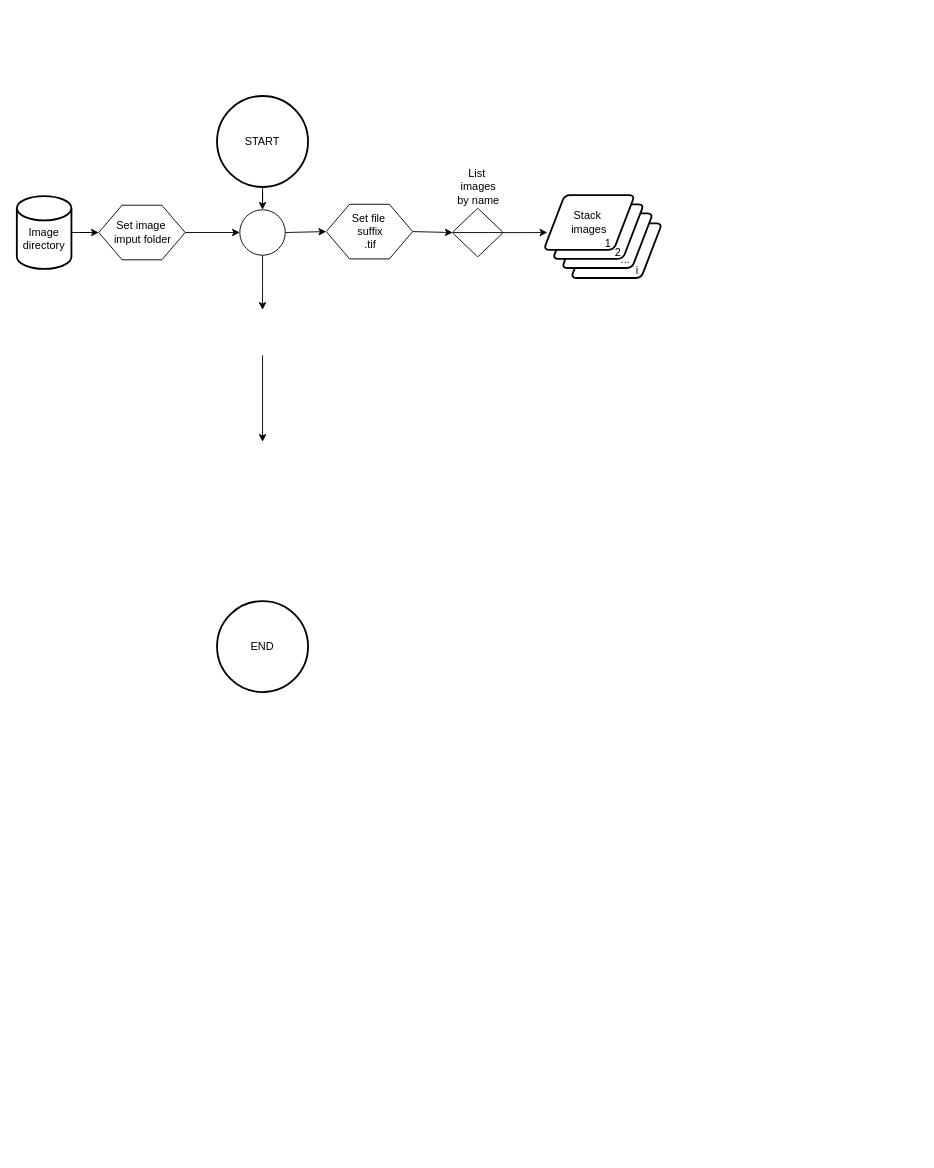
The draw.io diagram vignettes/vignette_ImageJ_preprocessing/Histomatch_Process_Folder_v1_diagram.drawio in MMolBus/PhotomossR, before the edit. Source tidied: cells renumbered, new cells numbered last; positions are measured from the earlier drawing's top-left corner, leaving out a move shared by most shapes. Both pictures are drawn from the tidied source at 91%, with x=0, y=0 at pixel (16, 96).
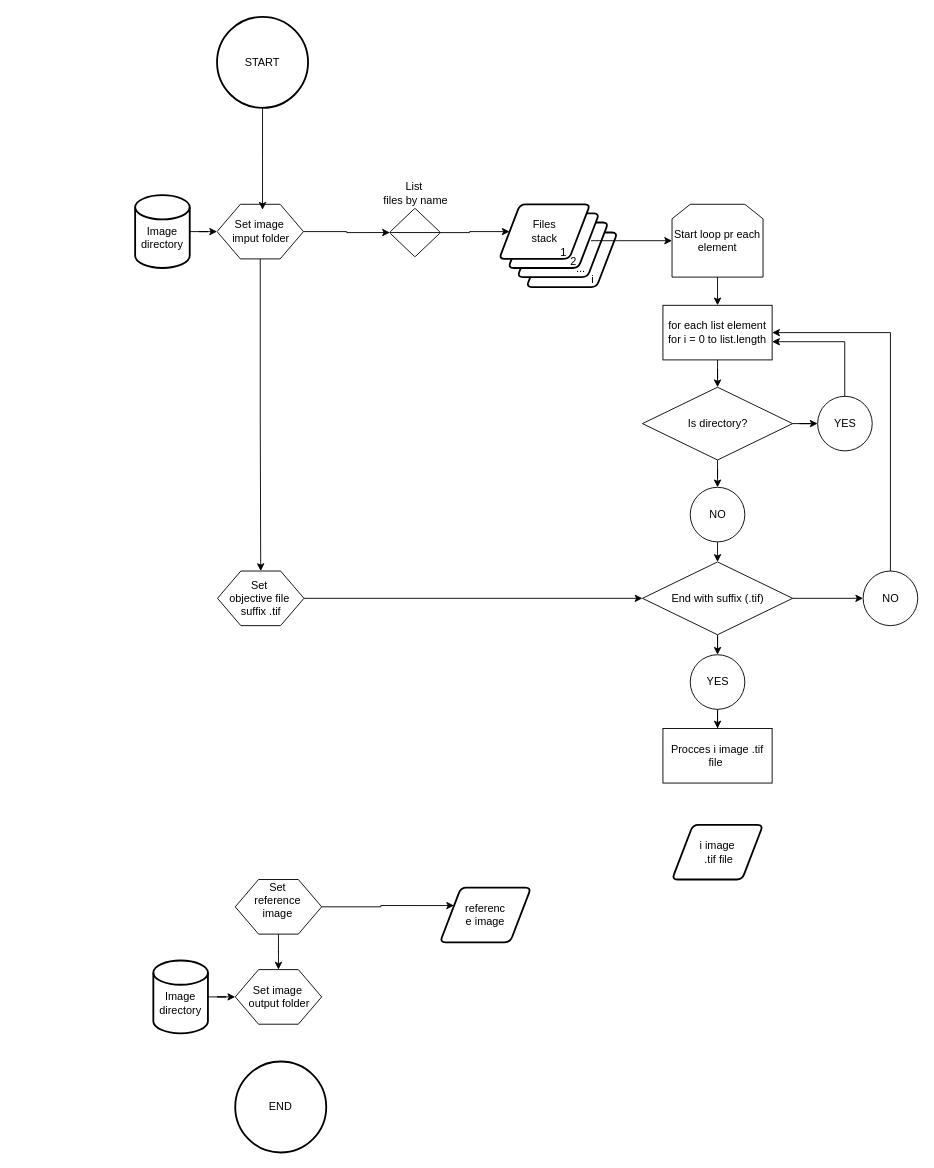
The same page after the edit.

Commit message:
refactor:Histomatch_Process_Folder_v1_diagram.drawio add loops start and file selection steps

The change refers to these unchanged cells:
```xml
<mxCell id="15" style="group;" parent="14" vertex="1">
  <mxGeometry width="130" height="100" as="geometry" />
</mxCell>
<mxCell id="23" value="1" style="text;html=1;whiteSpace=wrap;strokeColor=none;fillColor=none;align=center;verticalAlign=middle;rounded=0;" parent="14" vertex="1">
  <mxGeometry x="41" y="38" width="60" height="30" as="geometry" />
</mxCell>
```

The edit, as a diff of the source:
```diff
@@
     <mxCell id="3" value="&lt;div&gt;&lt;br&gt;&lt;/div&gt;&lt;div&gt;Image&lt;/div&gt;&lt;div&gt;directory&lt;/div&gt;" style="strokeWidth=2;html=1;shape=mxgraph.flowchart.database;whiteSpace=wrap;" parent="1" vertex="1">
-      <mxGeometry y="110" width="60" height="80" as="geometry" />
+      <mxGeometry x="130" y="109" width="60" height="80" as="geometry" />
     </mxCell>
+    <mxCell id="27" style="edgeStyle=orthogonalEdgeStyle;rounded=0;jettySize=auto;html=1;" parent="1" edge="1" source="4" target="26">
+      <mxGeometry relative="1" as="geometry" />
+    </mxCell>
     <mxCell id="4" value="Set&amp;nbsp;&lt;span style=&quot;background-color: transparent; color: light-dark(rgb(0, 0, 0), rgb(255, 255, 255));&quot;&gt;image&amp;nbsp;&lt;/span&gt;&lt;div&gt;imput folder&lt;/div&gt;" style="verticalLabelPosition=middle;verticalAlign=middle;html=1;shape=hexagon;perimeter=hexagonPerimeter2;arcSize=6;size=0.27;labelPosition=center;align=center;" parent="1" vertex="1">
-      <mxGeometry x="90" y="120" width="95" height="60" as="geometry" />
+      <mxGeometry x="220" y="119" width="95" height="60" as="geometry" />
     </mxCell>
     <mxCell id="5" value="START" style="strokeWidth=2;html=1;shape=mxgraph.flowchart.start_2;whiteSpace=wrap;" parent="1" vertex="1">
-      <mxGeometry x="220" width="100" height="100" as="geometry" />
+      <mxGeometry x="220" y="-87" width="100" height="100" as="geometry" />
     </mxCell>
-    <mxCell id="6" style="verticalLabelPosition=middle;verticalAlign=middle;html=1;shape=mxgraph.flowchart.on-page_reference;labelPosition=center;align=center;" parent="1" vertex="1">
-      <mxGeometry x="245" y="125" width="50" height="50" as="geometry" />
-    </mxCell>
-    <mxCell id="7" style="edgeStyle=orthogonalEdgeStyle;rounded=0;jettySize=auto;html=1;entryX=0.5;entryY=0;entryDx=0;entryDy=0;entryPerimeter=0;" parent="1" edge="1" source="5" target="6">
-      <mxGeometry relative="1" as="geometry" />
+    <mxCell id="7" style="edgeStyle=orthogonalEdgeStyle;rounded=0;jettySize=auto;html=1;entryX=0.5;entryY=0;entryDx=0;entryDy=0;entryPerimeter=0;" parent="1" edge="1" source="5">
+      <mxGeometry relative="1" as="geometry">
+        <mxPoint x="270" y="125" as="targetPoint" />
+      </mxGeometry>
     </mxCell>
-    <mxCell id="8" style="edgeStyle=orthogonalEdgeStyle;rounded=0;jettySize=auto;html=1;entryX=0.5;entryY=0;entryDx=0;entryDy=0;entryPerimeter=0;" parent="1" edge="1" source="6">
-      <mxGeometry relative="1" as="geometry">
-        <mxPoint x="270" y="235" as="targetPoint" />
-      </mxGeometry>
-    </mxCell>
-    <mxCell id="9" style="edgeStyle=orthogonalEdgeStyle;rounded=0;orthogonalLoop=1;jettySize=auto;html=1;entryX=0.5;entryY=0;entryDx=0;entryDy=0;entryPerimeter=0;" parent="1" edge="1">
-      <mxGeometry relative="1" as="geometry">
-        <mxPoint x="270" y="285" as="sourcePoint" />
-        <mxPoint x="270" y="380" as="targetPoint" />
-      </mxGeometry>
-    </mxCell>
-    <mxCell id="10" style="edgeStyle=orthogonalEdgeStyle;rounded=0;jettySize=auto;html=1;entryX=0;entryY=0.5;entryDx=0;entryDy=0;entryPerimeter=0;" parent="1" edge="1" source="4" target="6">
-      <mxGeometry relative="1" as="geometry" />
-    </mxCell>
     <mxCell id="11" value="END" style="strokeWidth=2;html=1;shape=mxgraph.flowchart.start_2;whiteSpace=wrap;" parent="1" vertex="1">
-      <mxGeometry x="220" y="555" width="100" height="100" as="geometry" />
+      <mxGeometry x="240" y="1061" width="100" height="100" as="geometry" />
     </mxCell>
-    <mxCell id="12" style="edgeStyle=orthogonalEdgeStyle;rounded=0;jettySize=auto;html=1;" parent="1" edge="1" source="13">
-      <mxGeometry relative="1" as="geometry">
-        <mxPoint x="583" y="150" as="targetPoint" />
-      </mxGeometry>
-    </mxCell>
+    <mxCell id="28" style="edgeStyle=orthogonalEdgeStyle;rounded=0;jettySize=auto;html=1;entryX=0;entryY=0.5;entryDx=0;entryDy=0;" parent="1" edge="1" source="13" target="19">
+      <mxGeometry relative="1" as="geometry" />
+    </mxCell>
-    <mxCell id="13" value="&lt;span style=&quot;background-color: rgb(255, 255, 255);&quot;&gt;List&amp;nbsp;&lt;/span&gt;&lt;div&gt;&lt;span style=&quot;background-color: transparent; color: light-dark(rgb(0, 0, 0), rgb(255, 255, 255));&quot;&gt;images&lt;/span&gt;&lt;div&gt;&lt;span style=&quot;background-color: transparent; color: light-dark(rgb(0, 0, 0), rgb(255, 255, 255));&quot;&gt;by name&lt;/span&gt;&lt;/div&gt;&lt;/div&gt;" style="verticalLabelPosition=top;verticalAlign=bottom;html=1;shape=mxgraph.flowchart.sort;labelPosition=center;align=center;horizontal=1;fontSize=12;" parent="1" vertex="1">
-      <mxGeometry x="479" y="123.8" width="55" height="52.5" as="geometry" />
+    <mxCell id="13" value="&lt;span style=&quot;background-color: rgb(255, 255, 255);&quot;&gt;List&amp;nbsp;&lt;/span&gt;&lt;div&gt;&lt;div&gt;&lt;span style=&quot;background-color: transparent; color: light-dark(rgb(0, 0, 0), rgb(255, 255, 255));&quot;&gt;files by name&lt;/span&gt;&lt;/div&gt;&lt;/div&gt;" style="verticalLabelPosition=top;verticalAlign=bottom;html=1;shape=mxgraph.flowchart.sort;labelPosition=center;align=center;horizontal=1;fontSize=12;" parent="1" vertex="1">
+      <mxGeometry x="410" y="123.8" width="55" height="52.5" as="geometry" />
     </mxCell>
     <mxCell id="14" style="group;" parent="1" vertex="1">
-      <mxGeometry x="579" y="109" width="130" height="100" as="geometry" />
+      <mxGeometry x="530" y="119" width="130" height="100" as="geometry" />
     </mxCell>
@@
-    <mxCell id="19" value="Stack&amp;nbsp;&lt;div&gt;images&lt;/div&gt;" style="shape=parallelogram;html=1;strokeWidth=2;perimeter=parallelogramPerimeter;whiteSpace=wrap;rounded=1;arcSize=12;size=0.23;" parent="15" vertex="1">
+    <mxCell id="19" value="&lt;div&gt;Files&lt;/div&gt;&lt;div&gt;stack&lt;/div&gt;" style="shape=parallelogram;html=1;strokeWidth=2;perimeter=parallelogramPerimeter;whiteSpace=wrap;rounded=1;arcSize=12;size=0.23;" parent="15" vertex="1">
       <mxGeometry width="100" height="60" as="geometry" />
     </mxCell>
@@
-    <mxCell id="24" style="endArrow=classic;html=1;rounded=0;exitX=1;exitY=0.5;exitDx=0;exitDy=0;exitPerimeter=0;entryX=0;entryY=0.5;entryDx=0;entryDy=0;entryPerimeter=0;" parent="1" edge="1" source="26" target="13">
-      <mxGeometry relative="1" as="geometry" />
-    </mxCell>
-    <mxCell id="25" style="endArrow=classic;html=1;rounded=0;entryX=0;entryY=0.5;entryDx=0;entryDy=0;entryPerimeter=0;" parent="1" edge="1" target="26">
-      <mxGeometry relative="1" as="geometry">
-        <mxPoint x="295" y="150" as="sourcePoint" />
-      </mxGeometry>
-    </mxCell>
+    <mxCell id="29" style="edgeStyle=orthogonalEdgeStyle;rounded=0;jettySize=auto;html=1;entryX=0;entryY=0.5;entryDx=0;entryDy=0;" parent="1" edge="1" source="26" target="41">
+      <mxGeometry relative="1" as="geometry" />
+    </mxCell>
-    <mxCell id="26" value="Set file&amp;nbsp;&lt;div&gt;suffix&lt;/div&gt;&lt;div&gt;.tif&lt;/div&gt;" style="verticalLabelPosition=middle;verticalAlign=middle;html=1;shape=hexagon;perimeter=hexagonPerimeter2;arcSize=6;size=0.27;labelPosition=center;align=center;" parent="1" vertex="1">
-      <mxGeometry x="340" y="119" width="95" height="60" as="geometry" />
+    <mxCell id="26" value="Set&amp;nbsp;&lt;div&gt;objective&lt;span style=&quot;background-color: transparent; color: light-dark(rgb(0, 0, 0), rgb(255, 255, 255));&quot;&gt;&amp;nbsp;file&amp;nbsp;&lt;/span&gt;&lt;div&gt;&lt;span style=&quot;background-color: transparent; color: light-dark(rgb(0, 0, 0), rgb(255, 255, 255));&quot;&gt;suffix&amp;nbsp;&lt;/span&gt;&lt;span style=&quot;background-color: transparent; color: light-dark(rgb(0, 0, 0), rgb(255, 255, 255));&quot;&gt;.tif&lt;/span&gt;&lt;/div&gt;&lt;/div&gt;" style="verticalLabelPosition=middle;verticalAlign=middle;html=1;shape=hexagon;perimeter=hexagonPerimeter2;arcSize=6;size=0.27;labelPosition=center;align=center;" parent="1" vertex="1">
+      <mxGeometry x="220.5" y="522" width="95" height="60" as="geometry" />
     </mxCell>
+    <mxCell id="30" style="edgeStyle=orthogonalEdgeStyle;rounded=0;jettySize=auto;html=1;entryX=0;entryY=0.5;entryDx=0;entryDy=0;" parent="1" edge="1" source="31" target="32">
+      <mxGeometry relative="1" as="geometry" />
+    </mxCell>
+    <mxCell id="31" value="&lt;div&gt;&lt;br&gt;&lt;/div&gt;&lt;div&gt;Image&lt;/div&gt;&lt;div&gt;directory&lt;/div&gt;" style="strokeWidth=2;html=1;shape=mxgraph.flowchart.database;whiteSpace=wrap;" parent="1" vertex="1">
+      <mxGeometry x="150" y="950" width="60" height="80" as="geometry" />
+    </mxCell>
+    <mxCell id="32" value="Set&amp;nbsp;&lt;span style=&quot;background-color: transparent; color: light-dark(rgb(0, 0, 0), rgb(255, 255, 255));&quot;&gt;image&amp;nbsp;&lt;/span&gt;&lt;div&gt;output folder&lt;/div&gt;" style="verticalLabelPosition=middle;verticalAlign=middle;html=1;shape=hexagon;perimeter=hexagonPerimeter2;arcSize=6;size=0.27;labelPosition=center;align=center;" parent="1" vertex="1">
+      <mxGeometry x="240" y="960" width="95" height="60" as="geometry" />
+    </mxCell>
+    <mxCell id="33" style="edgeStyle=orthogonalEdgeStyle;rounded=0;jettySize=auto;html=1;entryX=0.5;entryY=0;entryDx=0;entryDy=0;" parent="1" edge="1" source="35" target="32">
+      <mxGeometry relative="1" as="geometry" />
+    </mxCell>
+    <mxCell id="34" style="edgeStyle=orthogonalEdgeStyle;rounded=0;jettySize=auto;html=1;entryX=0;entryY=0.25;entryDx=0;entryDy=0;" parent="1" edge="1" source="35" target="56">
+      <mxGeometry relative="1" as="geometry" />
+    </mxCell>
+    <mxCell id="35" value="&lt;span style=&quot;background-color: transparent;&quot;&gt;Set&amp;nbsp;&lt;/span&gt;&lt;div&gt;&lt;span style=&quot;background-color: transparent;&quot;&gt;reference&amp;nbsp;&lt;/span&gt;&lt;/div&gt;&lt;div&gt;&lt;span style=&quot;background-color: transparent;&quot;&gt;image&amp;nbsp;&lt;/span&gt;&lt;div&gt;&lt;span style=&quot;background-color: transparent;&quot;&gt;&lt;font color=&quot;rgba(0, 0, 0, 0)&quot;&gt;&amp;nbsp;&lt;/font&gt;&lt;/span&gt;&lt;/div&gt;&lt;/div&gt;" style="verticalLabelPosition=middle;verticalAlign=middle;html=1;shape=hexagon;perimeter=hexagonPerimeter2;arcSize=6;size=0.27;labelPosition=center;align=center;" parent="1" vertex="1">
+      <mxGeometry x="240" y="861" width="95" height="60" as="geometry" />
+    </mxCell>
+    <mxCell id="36" style="edgeStyle=orthogonalEdgeStyle;rounded=0;jettySize=auto;html=1;exitX=0.5;exitY=1;exitDx=0;exitDy=0;entryX=0.5;entryY=0;entryDx=0;entryDy=0;" parent="1" edge="1" source="37" target="47">
+      <mxGeometry relative="1" as="geometry" />
+    </mxCell>
+    <mxCell id="37" value="Start loop pr each element" style="shape=loopLimit;whiteSpace=wrap;html=1;" parent="1" vertex="1">
+      <mxGeometry x="720" y="119" width="100" height="80" as="geometry" />
+    </mxCell>
+    <mxCell id="38" style="edgeStyle=orthogonalEdgeStyle;rounded=0;jettySize=auto;html=1;" parent="1" edge="1" source="39" target="51">
+      <mxGeometry relative="1" as="geometry" />
+    </mxCell>
+    <mxCell id="39" value="Is directory?" style="rhombus;whiteSpace=wrap;html=1;" parent="1" vertex="1">
+      <mxGeometry x="687.5" y="320" width="165" height="80" as="geometry" />
+    </mxCell>
+    <mxCell id="40" style="edgeStyle=orthogonalEdgeStyle;rounded=0;jettySize=auto;html=1;" parent="1" edge="1" source="41" target="43">
+      <mxGeometry relative="1" as="geometry" />
+    </mxCell>
+    <mxCell id="41" value="End with suffix (.tif)" style="rhombus;whiteSpace=wrap;html=1;" parent="1" vertex="1">
+      <mxGeometry x="687.5" y="512" width="165" height="80" as="geometry" />
+    </mxCell>
+    <mxCell id="42" style="edgeStyle=orthogonalEdgeStyle;rounded=0;jettySize=auto;html=1;" parent="1" edge="1" source="43" target="58">
+      <mxGeometry relative="1" as="geometry" />
+    </mxCell>
+    <mxCell id="43" value="YES" style="verticalLabelPosition=middle;verticalAlign=middle;html=1;shape=mxgraph.flowchart.on-page_reference;labelPosition=center;align=center;" parent="1" vertex="1">
+      <mxGeometry x="740" y="614" width="60" height="60" as="geometry" />
+    </mxCell>
+    <mxCell id="44" style="edgeStyle=orthogonalEdgeStyle;rounded=0;jettySize=auto;html=1;" parent="1" edge="1" target="47">
+      <mxGeometry relative="1" as="geometry">
+        <mxPoint x="909.8" y="330" as="sourcePoint" />
+        <Array as="points">
+          <mxPoint x="910" y="270" />
+        </Array>
+      </mxGeometry>
+    </mxCell>
+    <mxCell id="45" value="YES" style="verticalLabelPosition=middle;verticalAlign=middle;html=1;shape=mxgraph.flowchart.on-page_reference;labelPosition=center;align=center;" parent="1" vertex="1">
+      <mxGeometry x="880" y="330" width="60" height="60" as="geometry" />
+    </mxCell>
+    <mxCell id="46" style="edgeStyle=orthogonalEdgeStyle;rounded=0;jettySize=auto;html=1;" parent="1" edge="1" source="47" target="39">
+      <mxGeometry relative="1" as="geometry" />
+    </mxCell>
+    <mxCell id="47" value="for each list element&lt;div&gt;for i = 0 to list.length&lt;/div&gt;" style="rounded=0;whiteSpace=wrap;html=1;" parent="1" vertex="1">
+      <mxGeometry x="710" y="230" width="120" height="60" as="geometry" />
+    </mxCell>
+    <mxCell id="48" style="edgeStyle=orthogonalEdgeStyle;rounded=0;jettySize=auto;html=1;entryX=1;entryY=0.5;entryDx=0;entryDy=0;exitX=0.5;exitY=0;exitDx=0;exitDy=0;exitPerimeter=0;" parent="1" edge="1" source="49" target="47">
+      <mxGeometry relative="1" as="geometry">
+        <Array as="points">
+          <mxPoint x="960" y="260" />
+        </Array>
+      </mxGeometry>
+    </mxCell>
+    <mxCell id="49" value="NO" style="verticalLabelPosition=middle;verticalAlign=middle;html=1;shape=mxgraph.flowchart.on-page_reference;labelPosition=center;align=center;" parent="1" vertex="1">
+      <mxGeometry x="930" y="522" width="60" height="60" as="geometry" />
+    </mxCell>
+    <mxCell id="50" style="edgeStyle=orthogonalEdgeStyle;rounded=0;jettySize=auto;html=1;exitX=0.5;exitY=1;exitDx=0;exitDy=0;exitPerimeter=0;entryX=0.5;entryY=0;entryDx=0;entryDy=0;" parent="1" edge="1" source="51" target="41">
+      <mxGeometry relative="1" as="geometry" />
+    </mxCell>
+    <mxCell id="51" value="NO" style="verticalLabelPosition=middle;verticalAlign=middle;html=1;shape=mxgraph.flowchart.on-page_reference;labelPosition=center;align=center;" parent="1" vertex="1">
+      <mxGeometry x="740" y="430" width="60" height="60" as="geometry" />
+    </mxCell>
+    <mxCell id="52" style="edgeStyle=orthogonalEdgeStyle;rounded=0;jettySize=auto;html=1;entryX=0;entryY=0.5;entryDx=0;entryDy=0;entryPerimeter=0;" parent="1" edge="1" source="41" target="49">
+      <mxGeometry relative="1" as="geometry" />
+    </mxCell>
+    <mxCell id="53" style="edgeStyle=orthogonalEdgeStyle;rounded=0;jettySize=auto;html=1;entryX=0;entryY=0.5;entryDx=0;entryDy=0;entryPerimeter=0;" parent="1" edge="1" source="39" target="45">
+      <mxGeometry relative="1" as="geometry" />
+    </mxCell>
+    <mxCell id="54" style="edgeStyle=orthogonalEdgeStyle;rounded=0;jettySize=auto;html=1;entryX=0;entryY=0.5;entryDx=0;entryDy=0;entryPerimeter=0;" parent="1" edge="1" source="4" target="13">
+      <mxGeometry relative="1" as="geometry" />
+    </mxCell>
+    <mxCell id="55" style="edgeStyle=orthogonalEdgeStyle;rounded=0;jettySize=auto;html=1;" parent="1" edge="1" source="23" target="37">
+      <mxGeometry relative="1" as="geometry">
+        <Array as="points">
+          <mxPoint x="660" y="159" />
+          <mxPoint x="660" y="159" />
+        </Array>
+      </mxGeometry>
+    </mxCell>
+    <mxCell id="56" value="&lt;div&gt;referenc&lt;/div&gt;&lt;div&gt;e image&lt;/div&gt;" style="shape=parallelogram;html=1;strokeWidth=2;perimeter=parallelogramPerimeter;whiteSpace=wrap;rounded=1;arcSize=12;size=0.23;" parent="1" vertex="1">
+      <mxGeometry x="465" y="870" width="100" height="60" as="geometry" />
+    </mxCell>
+    <mxCell id="57" value="i image&lt;div&gt;&amp;nbsp;.tif file&lt;/div&gt;" style="shape=parallelogram;html=1;strokeWidth=2;perimeter=parallelogramPerimeter;whiteSpace=wrap;rounded=1;arcSize=12;size=0.23;" parent="1" vertex="1">
+      <mxGeometry x="720" y="801" width="100" height="60" as="geometry" />
+    </mxCell>
+    <mxCell id="58" value="Procces i image .tif file&amp;nbsp;" style="rounded=0;whiteSpace=wrap;html=1;" parent="1" vertex="1">
+      <mxGeometry x="710" y="695" width="120" height="60" as="geometry" />
+    </mxCell>
```
